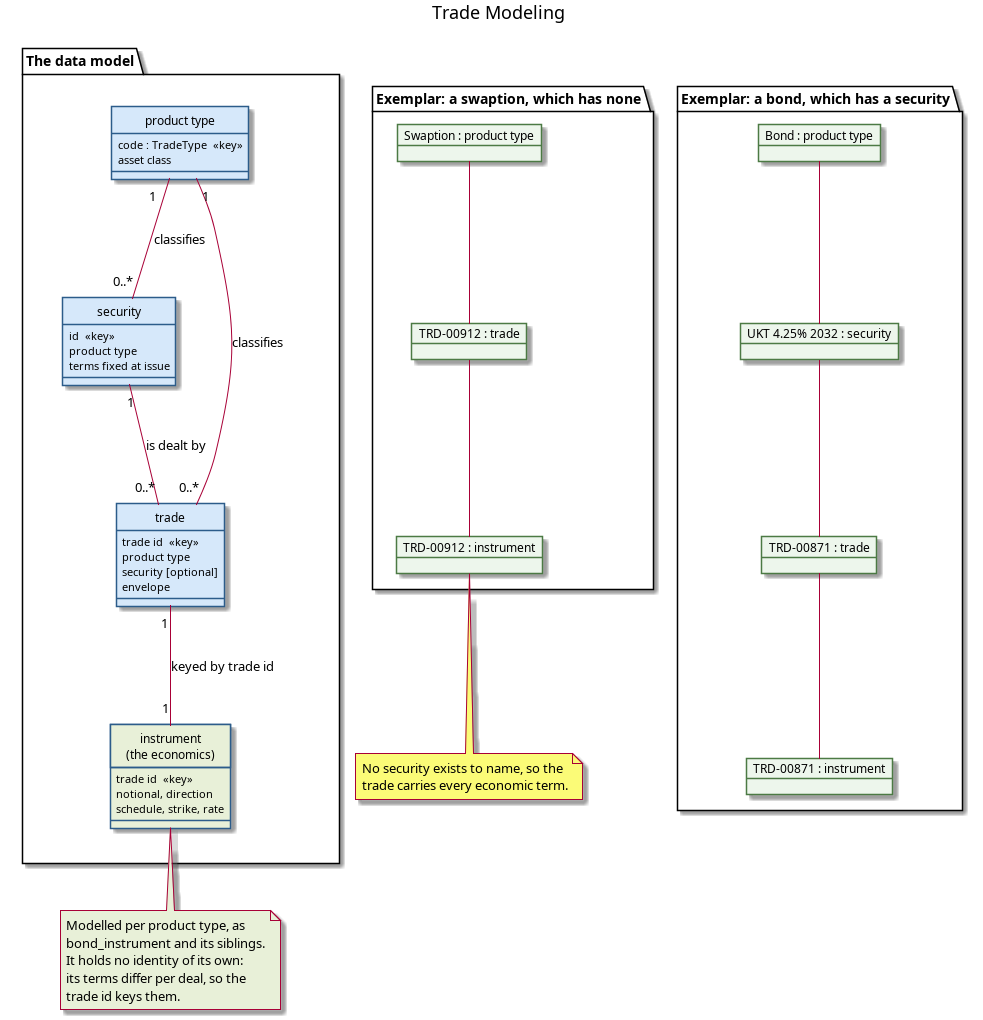
The PlantUML diagram doc/knowledge/architecture/trade_modeling.png in OreStudio/OreStudio, before a commit. Its source is kept beside it as doc/knowledge/architecture/trade_modeling.puml.
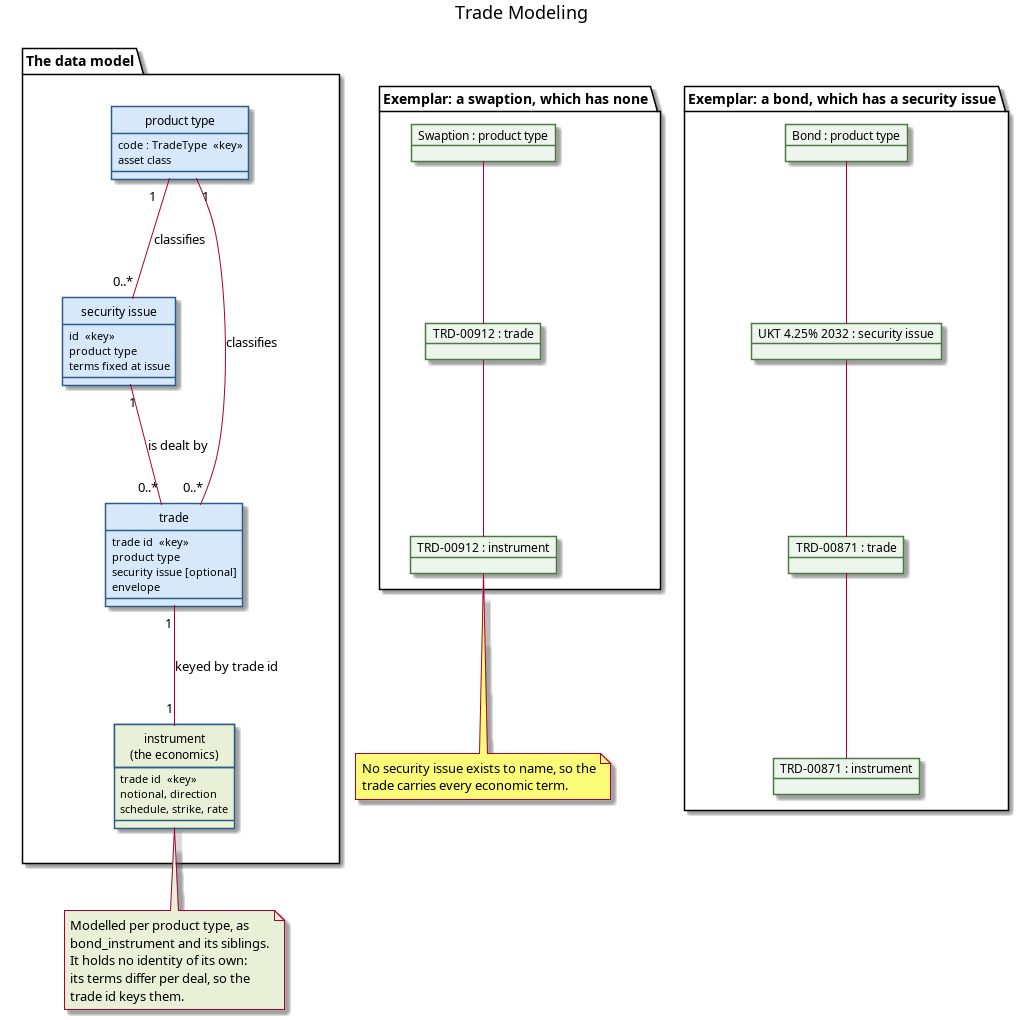
Later version of the same file.

Commit message:
[doc] Name the entity security issue throughout

What changed in the source:
```diff
@@ -20,7 +20,7 @@
         asset class
     }
 
-    class security {
+    class "security issue" as sec {
         id  <<key>>
         product type
         terms fixed at issue
@@ -29,7 +29,7 @@
     class trade {
         trade id  <<key>>
         product type
-        security [optional]
+        security issue [optional]
         envelope
     }
 
@@ -39,8 +39,8 @@
         schedule, strike, rate
     }
 
-    pt "1" -- "0..*" security : classifies
-    security "1" -- "0..*" trade : is dealt by
+    pt "1" -- "0..*" sec : classifies
+    sec "1" -- "0..*" trade : is dealt by
     pt "1" -- "0..*" trade : classifies
     trade "1" -- "1" instr : keyed by trade id
 }
@@ -53,9 +53,9 @@
   trade id keys them.
 end note
 
-package "Exemplar: a bond, which has a security" {
+package "Exemplar: a bond, which has a security issue" {
     object "Bond : product type" as ex_bond_pt
-    object "UKT 4.25% 2032 : security" as ex_bond_sec
+    object "UKT 4.25% 2032 : security issue" as ex_bond_sec
     object "TRD-00871 : trade" as ex_bond_trd
     object "TRD-00871 : instrument" as ex_bond_instr
 
@@ -74,7 +74,7 @@
 }
 
 note bottom of ex_swp_instr
-  No security exists to name, so the
+  No security issue exists to name, so the
   trade carries every economic term.
 end note
 
```
